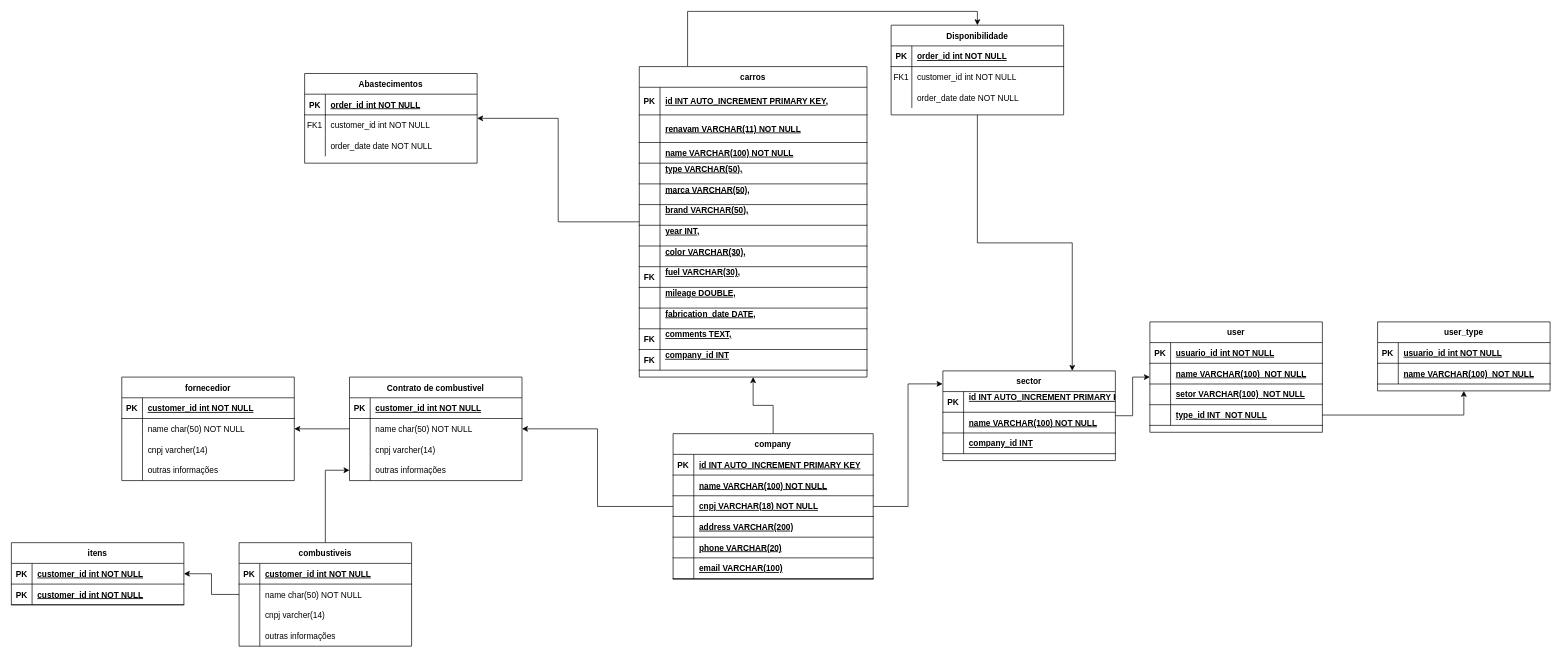
Above: relacionamento_de_entidades.drawio in carlosreno/ApiControleCombustivel (draw.io), before the change. Source tidied: cells renumbered, new cells numbered last; positions are measured from the earlier drawing's top-left corner, leaving out a move shared by most shapes. Both pictures are drawn from the tidied source at 69%, with x=0, y=0 at pixel (11, 11).
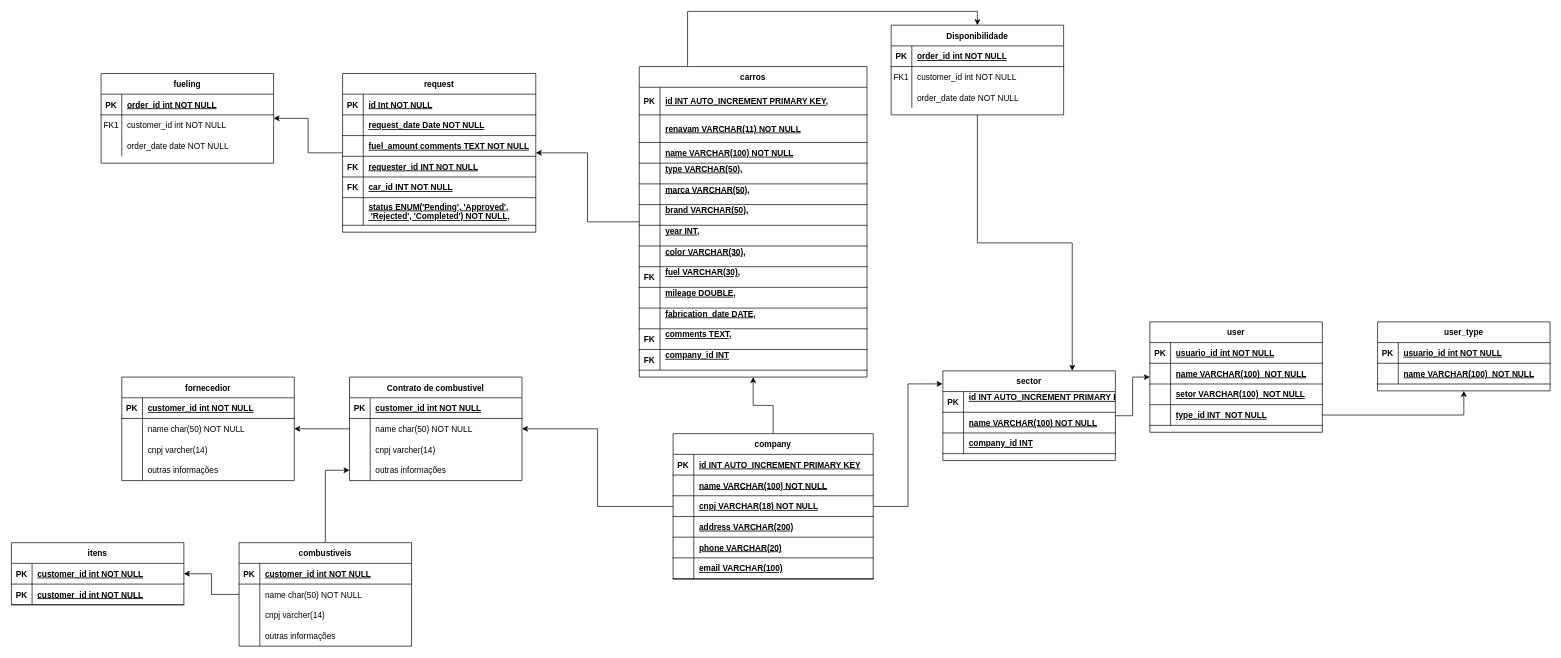
The same diagram, later.

The edit, as a diff of the source:
```diff
@@
+    <mxCell id="168" style="edgeStyle=orthogonalEdgeStyle;rounded=0;jettySize=auto;html=1;" parent="1" edge="1" source="88" target="184">
+      <mxGeometry relative="1" as="geometry" />
+    </mxCell>
-    <mxCell id="88" value="Abastecimentos" style="shape=table;startSize=30;childLayout=tableLayout;rowLines=0;fontStyle=1;align=center;" parent="1" vertex="1">
-      <mxGeometry x="425" y="90" width="250" height="130" as="geometry" />
+    <mxCell id="88" value="request" style="shape=table;startSize=30;childLayout=tableLayout;rowLines=0;fontStyle=1;align=center;" parent="1" vertex="1">
+      <mxGeometry x="480" y="90" width="280" height="230" as="geometry" />
     </mxCell>
     <mxCell id="89" style="shape=partialRectangle;fillColor=none;top=0;left=0;right=0;bottom=1;" parent="88" vertex="1">
-      <mxGeometry y="30" width="250" height="30" as="geometry" />
+      <mxGeometry y="30" width="280" height="30" as="geometry" />
     </mxCell>
@@
-    <mxCell id="91" value="order_id int NOT NULL " style="shape=partialRectangle;overflow=hidden;fillColor=none;top=0;left=0;bottom=0;right=0;align=left;spacingLeft=6;fontStyle=5;" parent="89" vertex="1">
-      <mxGeometry x="30" width="220" height="30" as="geometry" />
+    <mxCell id="91" value="id Int NOT NULL " style="shape=partialRectangle;overflow=hidden;fillColor=none;top=0;left=0;bottom=0;right=0;align=left;spacingLeft=6;fontStyle=5;" parent="89" vertex="1">
+      <mxGeometry x="30" width="250" height="30" as="geometry" />
     </mxCell>
-    <mxCell id="92" style="shape=partialRectangle;fillColor=none;top=0;left=0;right=0;bottom=0;" parent="88" vertex="1">
-      <mxGeometry y="60" width="250" height="30" as="geometry" />
-    </mxCell>
-    <mxCell id="93" value="FK1" style="shape=partialRectangle;overflow=hidden;fillColor=none;top=0;left=0;bottom=0;right=0;" parent="92" vertex="1">
-      <mxGeometry width="30" height="30" as="geometry" />
-    </mxCell>
-    <mxCell id="94" value="customer_id int NOT NULL" style="shape=partialRectangle;overflow=hidden;fillColor=none;top=0;left=0;bottom=0;right=0;align=left;spacingLeft=6;" parent="92" vertex="1">
-      <mxGeometry x="30" width="220" height="30" as="geometry" />
-    </mxCell>
-    <mxCell id="95" style="shape=partialRectangle;fillColor=none;top=0;left=0;right=0;bottom=0;" parent="88" vertex="1">
-      <mxGeometry y="90" width="250" height="30" as="geometry" />
-    </mxCell>
-    <mxCell id="96" style="shape=partialRectangle;overflow=hidden;fillColor=none;top=0;left=0;bottom=0;right=0;" parent="95" vertex="1">
-      <mxGeometry width="30" height="30" as="geometry" />
-    </mxCell>
-    <mxCell id="97" value="order_date date NOT NULL" style="shape=partialRectangle;overflow=hidden;fillColor=none;top=0;left=0;bottom=0;right=0;align=left;spacingLeft=6;" parent="95" vertex="1">
-      <mxGeometry x="30" width="220" height="30" as="geometry" />
-    </mxCell>
+    <mxCell id="169" style="shape=partialRectangle;fillColor=none;top=0;left=0;right=0;bottom=1;" parent="88" vertex="1">
+      <mxGeometry y="60" width="280" height="30" as="geometry" />
+    </mxCell>
+    <mxCell id="170" style="shape=partialRectangle;overflow=hidden;fillColor=none;top=0;left=0;bottom=0;right=0;fontStyle=1;" parent="169" vertex="1">
+      <mxGeometry width="30" height="30" as="geometry" />
+    </mxCell>
+    <mxCell id="171" value="request_date Date NOT NULL " style="shape=partialRectangle;overflow=hidden;fillColor=none;top=0;left=0;bottom=0;right=0;align=left;spacingLeft=6;fontStyle=5;" parent="169" vertex="1">
+      <mxGeometry x="30" width="250" height="30" as="geometry" />
+    </mxCell>
+    <mxCell id="172" style="shape=partialRectangle;fillColor=none;top=0;left=0;right=0;bottom=1;" parent="88" vertex="1">
+      <mxGeometry y="90" width="280" height="30" as="geometry" />
+    </mxCell>
+    <mxCell id="173" style="shape=partialRectangle;overflow=hidden;fillColor=none;top=0;left=0;bottom=0;right=0;fontStyle=1;" parent="172" vertex="1">
+      <mxGeometry width="30" height="30" as="geometry" />
+    </mxCell>
+    <mxCell id="174" value="fuel_amount comments TEXT NOT NULL " style="shape=partialRectangle;overflow=hidden;fillColor=none;top=0;left=0;bottom=0;right=0;align=left;spacingLeft=6;fontStyle=5;" parent="172" vertex="1">
+      <mxGeometry x="30" width="250" height="30" as="geometry" />
+    </mxCell>
+    <mxCell id="175" style="shape=partialRectangle;fillColor=none;top=0;left=0;right=0;bottom=1;" parent="88" vertex="1">
+      <mxGeometry y="120" width="280" height="30" as="geometry" />
+    </mxCell>
+    <mxCell id="176" value="FK" style="shape=partialRectangle;overflow=hidden;fillColor=none;top=0;left=0;bottom=0;right=0;fontStyle=1;" parent="175" vertex="1">
+      <mxGeometry width="30" height="30" as="geometry" />
+    </mxCell>
+    <mxCell id="177" value="requester_id INT NOT NULL " style="shape=partialRectangle;overflow=hidden;fillColor=none;top=0;left=0;bottom=0;right=0;align=left;spacingLeft=6;fontStyle=5;" parent="175" vertex="1">
+      <mxGeometry x="30" width="250" height="30" as="geometry" />
+    </mxCell>
+    <mxCell id="178" style="shape=partialRectangle;fillColor=none;top=0;left=0;right=0;bottom=1;" parent="88" vertex="1">
+      <mxGeometry y="150" width="280" height="30" as="geometry" />
+    </mxCell>
+    <mxCell id="179" value="FK" style="shape=partialRectangle;overflow=hidden;fillColor=none;top=0;left=0;bottom=0;right=0;fontStyle=1;" parent="178" vertex="1">
+      <mxGeometry width="30" height="30" as="geometry" />
+    </mxCell>
+    <mxCell id="180" value="car_id INT NOT NULL " style="shape=partialRectangle;overflow=hidden;fillColor=none;top=0;left=0;bottom=0;right=0;align=left;spacingLeft=6;fontStyle=5;" parent="178" vertex="1">
+      <mxGeometry x="30" width="250" height="30" as="geometry" />
+    </mxCell>
+    <mxCell id="181" style="shape=partialRectangle;fillColor=none;top=0;left=0;right=0;bottom=1;" parent="88" vertex="1">
+      <mxGeometry y="180" width="280" height="40" as="geometry" />
+    </mxCell>
+    <mxCell id="182" style="shape=partialRectangle;overflow=hidden;fillColor=none;top=0;left=0;bottom=0;right=0;fontStyle=1;" parent="181" vertex="1">
+      <mxGeometry width="30" height="40" as="geometry" />
+    </mxCell>
+    <mxCell id="183" value="status ENUM('Pending', 'Approved',&#10; 'Rejected', 'Completed') NOT NULL," style="shape=partialRectangle;overflow=hidden;fillColor=none;top=0;left=0;bottom=0;right=0;align=left;spacingLeft=6;fontStyle=5;" parent="181" vertex="1">
+      <mxGeometry x="30" width="250" height="40" as="geometry" />
+    </mxCell>
@@
+    <mxCell id="184" value="fueling" style="shape=table;startSize=30;childLayout=tableLayout;rowLines=0;fontStyle=1;align=center;" parent="1" vertex="1">
+      <mxGeometry x="130" y="90" width="250" height="130" as="geometry" />
+    </mxCell>
+    <mxCell id="185" style="shape=partialRectangle;fillColor=none;top=0;left=0;right=0;bottom=1;" parent="184" vertex="1">
+      <mxGeometry y="30" width="250" height="30" as="geometry" />
+    </mxCell>
+    <mxCell id="186" value="PK" style="shape=partialRectangle;overflow=hidden;fillColor=none;top=0;left=0;bottom=0;right=0;fontStyle=1;" parent="185" vertex="1">
+      <mxGeometry width="30" height="30" as="geometry" />
+    </mxCell>
+    <mxCell id="187" value="order_id int NOT NULL " style="shape=partialRectangle;overflow=hidden;fillColor=none;top=0;left=0;bottom=0;right=0;align=left;spacingLeft=6;fontStyle=5;" parent="185" vertex="1">
+      <mxGeometry x="30" width="220" height="30" as="geometry" />
+    </mxCell>
+    <mxCell id="92" style="shape=partialRectangle;fillColor=none;top=0;left=0;right=0;bottom=0;" parent="184" vertex="1">
+      <mxGeometry y="60" width="250" height="30" as="geometry" />
+    </mxCell>
+    <mxCell id="93" value="FK1" style="shape=partialRectangle;overflow=hidden;fillColor=none;top=0;left=0;bottom=0;right=0;" parent="92" vertex="1">
+      <mxGeometry width="30" height="30" as="geometry" />
+    </mxCell>
+    <mxCell id="94" value="customer_id int NOT NULL" style="shape=partialRectangle;overflow=hidden;fillColor=none;top=0;left=0;bottom=0;right=0;align=left;spacingLeft=6;" parent="92" vertex="1">
+      <mxGeometry x="30" width="220" height="30" as="geometry" />
+    </mxCell>
+    <mxCell id="95" style="shape=partialRectangle;fillColor=none;top=0;left=0;right=0;bottom=0;" parent="184" vertex="1">
+      <mxGeometry y="90" width="250" height="30" as="geometry" />
+    </mxCell>
+    <mxCell id="96" style="shape=partialRectangle;overflow=hidden;fillColor=none;top=0;left=0;bottom=0;right=0;" parent="95" vertex="1">
+      <mxGeometry width="30" height="30" as="geometry" />
+    </mxCell>
+    <mxCell id="97" value="order_date date NOT NULL" style="shape=partialRectangle;overflow=hidden;fillColor=none;top=0;left=0;bottom=0;right=0;align=left;spacingLeft=6;" parent="95" vertex="1">
+      <mxGeometry x="30" width="220" height="30" as="geometry" />
+    </mxCell>
```
